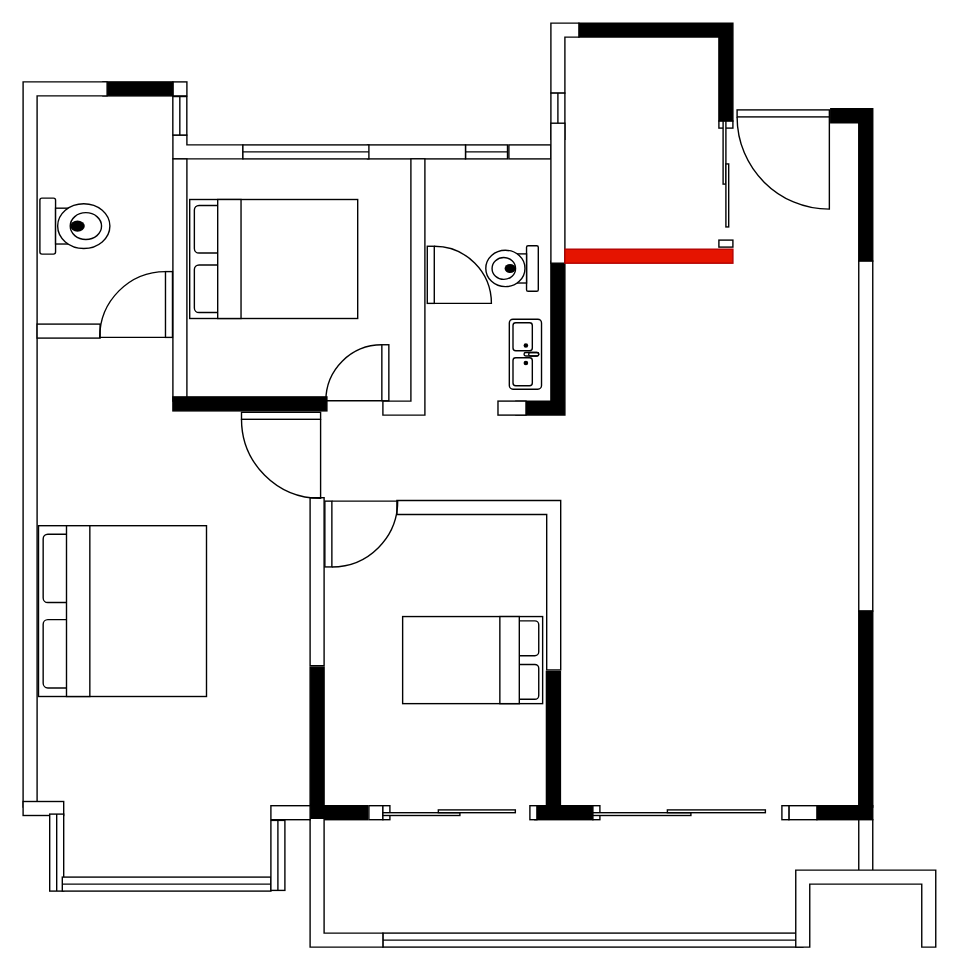
This is 户型.drawio from HaroldCC/dotfiles, a draw.io file, before an edit. Source tidied: cells renumbered, new cells numbered last; positions are measured from the earlier drawing's top-left corner, leaving out a move shared by most shapes. Both pictures are drawn from the tidied source at 140%, with x=0, y=0 at pixel (18, 22).
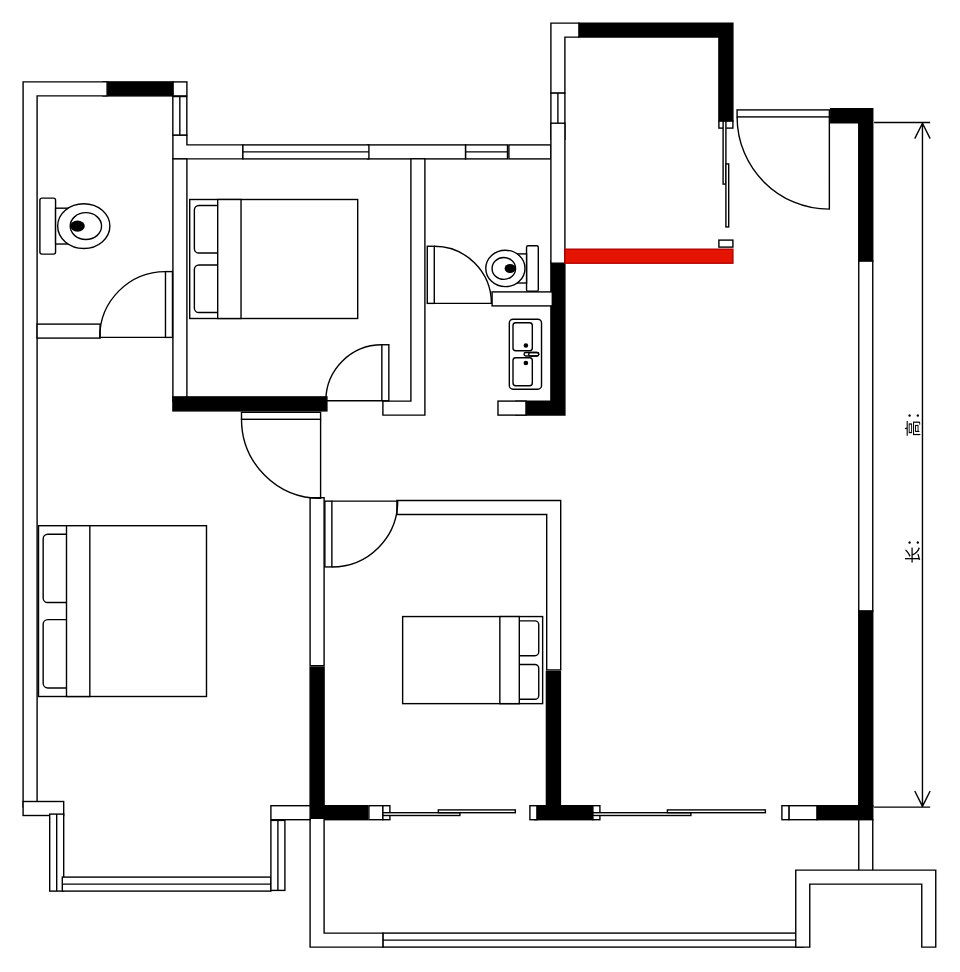
The same page after the edit.

The edit, as a diff of the source:
```diff
@@
+    <mxCell id="58" style="verticalLabelPosition=bottom;html=1;verticalAlign=top;align=center;shape=mxgraph.floorplan.wall;" parent="1" vertex="1">
+      <mxGeometry x="338" y="192" width="43" height="10" as="geometry" />
+    </mxCell>
+    <mxCell id="59" value="长：&amp;nbsp; &amp;nbsp; &amp;nbsp; &amp;nbsp; &amp;nbsp; &amp;nbsp; &amp;nbsp; &amp;nbsp; &amp;nbsp; &amp;nbsp; 高：&amp;nbsp; &amp;nbsp; &amp;nbsp; &amp;nbsp;&amp;nbsp;" style="shape=dimension;direction=north;whiteSpace=wrap;html=1;align=center;verticalAlign=bottom;labelBackgroundColor=none;horizontal=0;spacingBottom=3;" parent="1" vertex="1">
+      <mxGeometry x="610.9" y="71" width="40" height="489" as="geometry" />
+    </mxCell>
```
